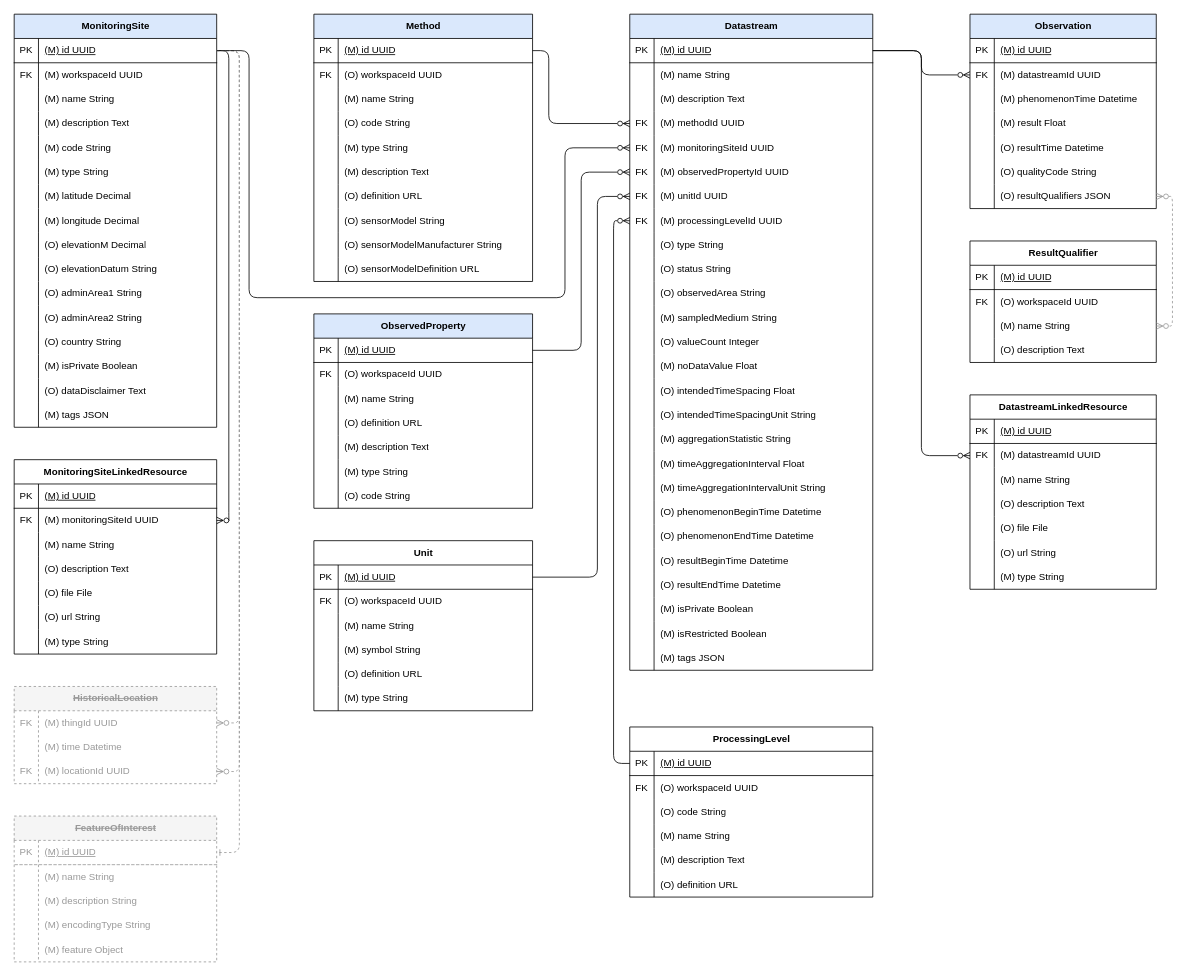
The draw.io diagram apps/docs/docs/references/diagrams/HydroServer_Data_Model.drawio in hydroserver2/hydroserver, before the edit. Source tidied: cells renumbered, new cells numbered last; positions are measured from the earlier drawing's top-left corner, leaving out a move shared by most shapes. Both pictures are drawn from the tidied source at 81%, with x=0, y=0 at pixel (14, 14).
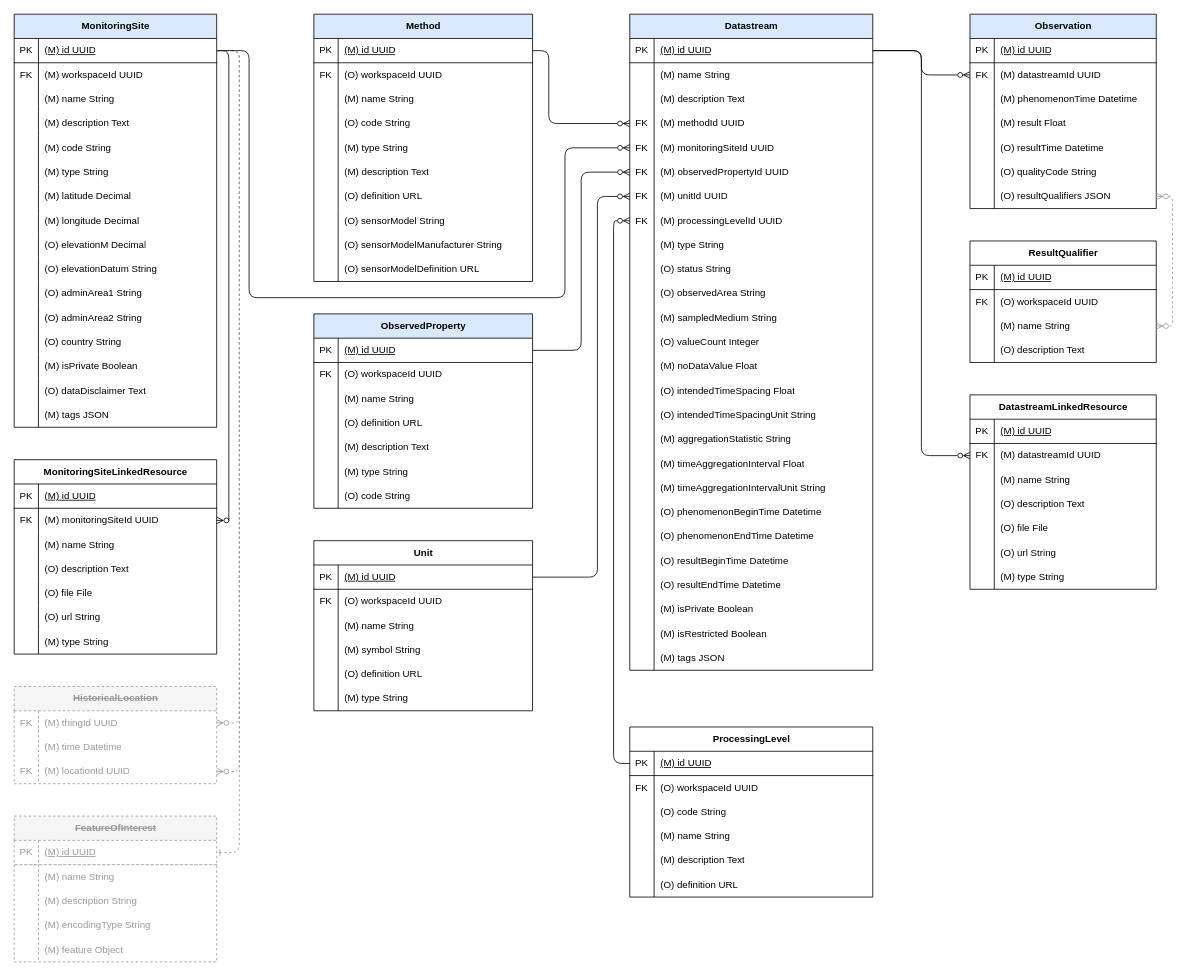
Above is the later version.

Commit message (it also covers changes not shown here):
Update data model diagrams and isRestricted tooltip wordings

The change refers to these unchanged cells:
```xml
<mxCell id="196" style="shape=tableRow;horizontal=0;startSize=0;swimlaneHead=0;swimlaneBody=0;fillColor=none;top=0;left=0;right=0;bottom=0;fontSize=12;" parent="171" vertex="1">
  <mxGeometry y="270" width="300" height="30" as="geometry" />
</mxCell>
```

Diff of the diagram source:
```diff
@@
-    <mxCell id="198" value="(O) type String" style="shape=partialRectangle;fillColor=none;top=0;left=0;bottom=0;right=0;align=left;spacingLeft=6;overflow=hidden;whiteSpace=wrap;html=1;fontSize=12;" parent="196" vertex="1">
+    <mxCell id="198" value="(M) type String" style="shape=partialRectangle;fillColor=none;top=0;left=0;bottom=0;right=0;align=left;spacingLeft=6;overflow=hidden;whiteSpace=wrap;html=1;fontSize=12;" parent="196" vertex="1">
       <mxGeometry x="30" width="270" height="30" as="geometry" />
     </mxCell>
```
